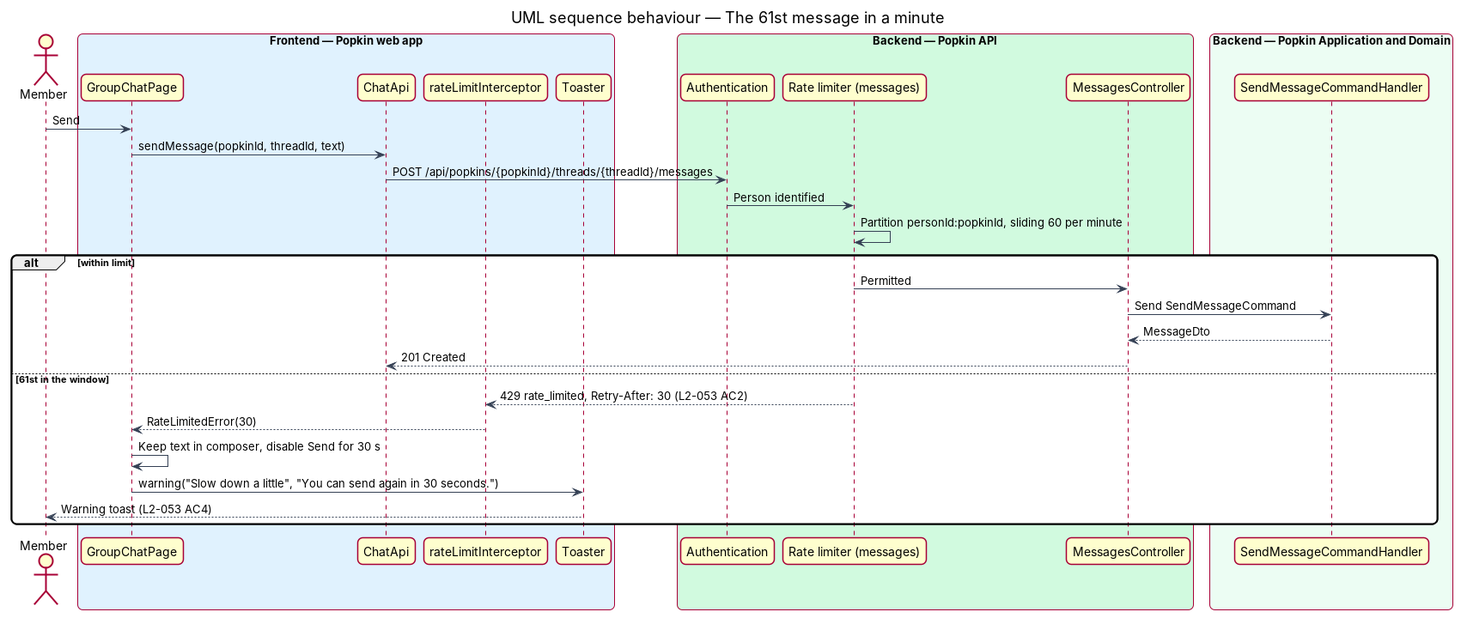
Earlier version of the PlantUML export docs/detailed-designs/security/abuse-limits/diagrams/sequence-message-limit.png (QuinntyneBrown/popkin). Its source is kept beside it as docs/detailed-designs/security/abuse-limits/diagrams/sequence-message-limit.puml. Its diagram source:
```plantuml
@startuml
title UML sequence behaviour — The 61st message in a minute
skinparam backgroundColor #FFFFFF
skinparam shadowing false
skinparam roundcorner 12
skinparam defaultFontName Arial
skinparam ArrowColor #344054
skinparam rectangle {
  BorderColor #344054
  FontColor #101828
}
skinparam package {
  BorderColor #667085
  FontColor #101828
  BackgroundColor #F9FAFB
}
actor "Member" as actor
box "Frontend — Popkin web app" #E0F2FE
  participant "GroupChatPage" as page
  participant "ChatApi" as client
  participant "rateLimitInterceptor" as icpt
  participant "Toaster" as toaster
end box
box "Backend — Popkin API" #D1FADF
  participant "Authentication" as auth
  participant "Rate limiter (messages)" as limiter
  participant "MessagesController" as controller
end box
box "Backend — Popkin Application and Domain" #ECFDF3
  participant "SendMessageCommandHandler" as handler
end box
actor -> page : Send
page -> client : sendMessage(popkinId, threadId, text)
client -> auth : POST /api/popkins/{popkinId}/threads/{threadId}/messages
auth -> limiter : Person identified
limiter -> limiter : Partition personId:popkinId, sliding 60 per minute
alt within limit
  limiter -> controller : Permitted
  controller -> handler : Send SendMessageCommand
  handler --> controller : MessageDto
  controller --> client : 201 Created
else 61st in the window
  limiter --> icpt : 429 rate_limited, Retry-After: 30 (L2-053 AC2)
  icpt --> page : RateLimitedError(30)
  page -> page : Keep text in composer, disable Send for 30 s
  page -> toaster : warning("Slow down a little", "You can send again in 30 seconds.")
  toaster --> actor : Warning toast (L2-053 AC4)
end
@enduml
```
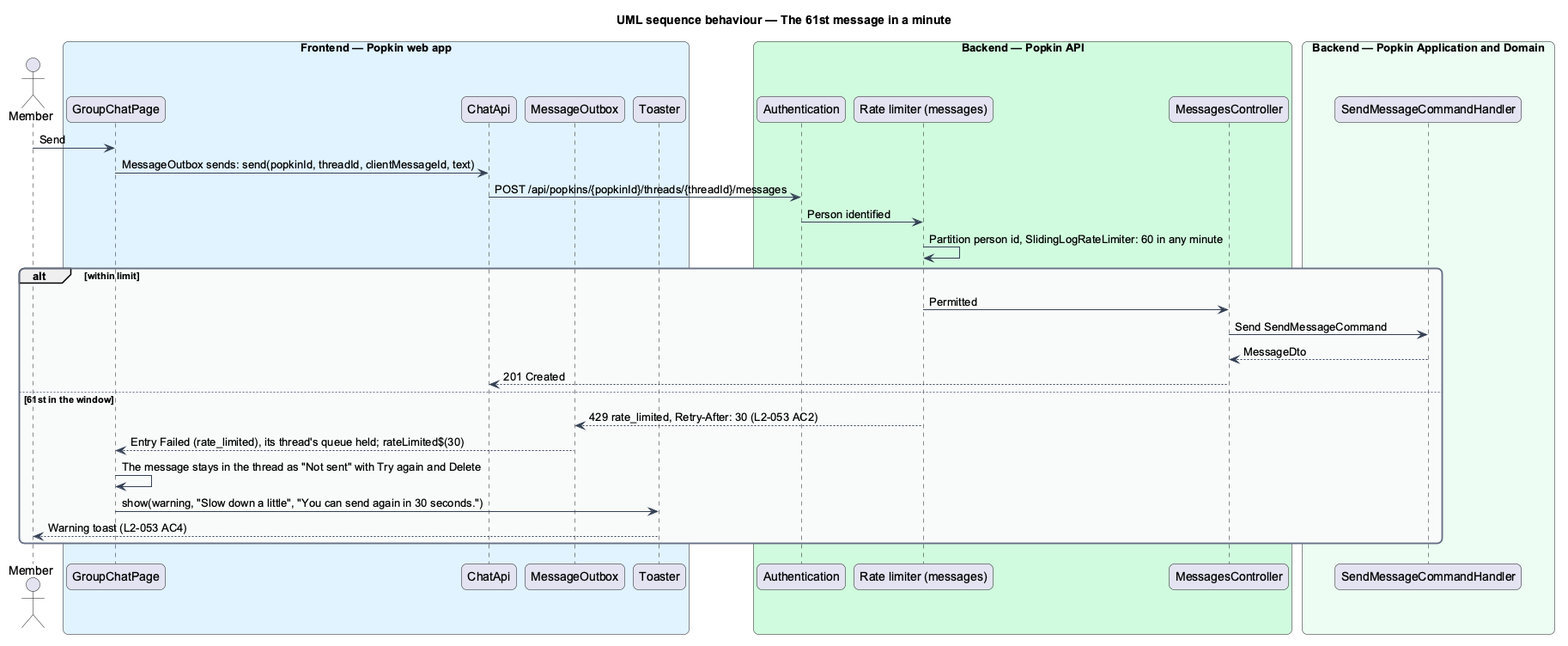
Later version of the same file.

What changed in the source:
```diff
@@ -18,7 +18,7 @@
 box "Frontend — Popkin web app" #E0F2FE
   participant "GroupChatPage" as page
   participant "ChatApi" as client
-  participant "rateLimitInterceptor" as icpt
+  participant "MessageOutbox" as icpt
   participant "Toaster" as toaster
 end box
 box "Backend — Popkin API" #D1FADF
@@ -30,10 +30,10 @@
   participant "SendMessageCommandHandler" as handler
 end box
 actor -> page : Send
-page -> client : sendMessage(popkinId, threadId, text)
+page -> client : MessageOutbox sends: send(popkinId, threadId, clientMessageId, text)
 client -> auth : POST /api/popkins/{popkinId}/threads/{threadId}/messages
 auth -> limiter : Person identified
-limiter -> limiter : Partition personId:popkinId, sliding 60 per minute
+limiter -> limiter : Partition person id, SlidingLogRateLimiter: 60 in any minute
 alt within limit
   limiter -> controller : Permitted
   controller -> handler : Send SendMessageCommand
@@ -41,9 +41,9 @@
   controller --> client : 201 Created
 else 61st in the window
   limiter --> icpt : 429 rate_limited, Retry-After: 30 (L2-053 AC2)
-  icpt --> page : RateLimitedError(30)
-  page -> page : Keep text in composer, disable Send for 30 s
-  page -> toaster : warning("Slow down a little", "You can send again in 30 seconds.")
+  icpt --> page : Entry Failed (rate_limited), its thread's queue held; rateLimited$(30)
+  page -> page : The message stays in the thread as "Not sent" with Try again and Delete
+  page -> toaster : show(warning, "Slow down a little", "You can send again in 30 seconds.")
   toaster --> actor : Warning toast (L2-053 AC4)
 end
 @enduml
```
